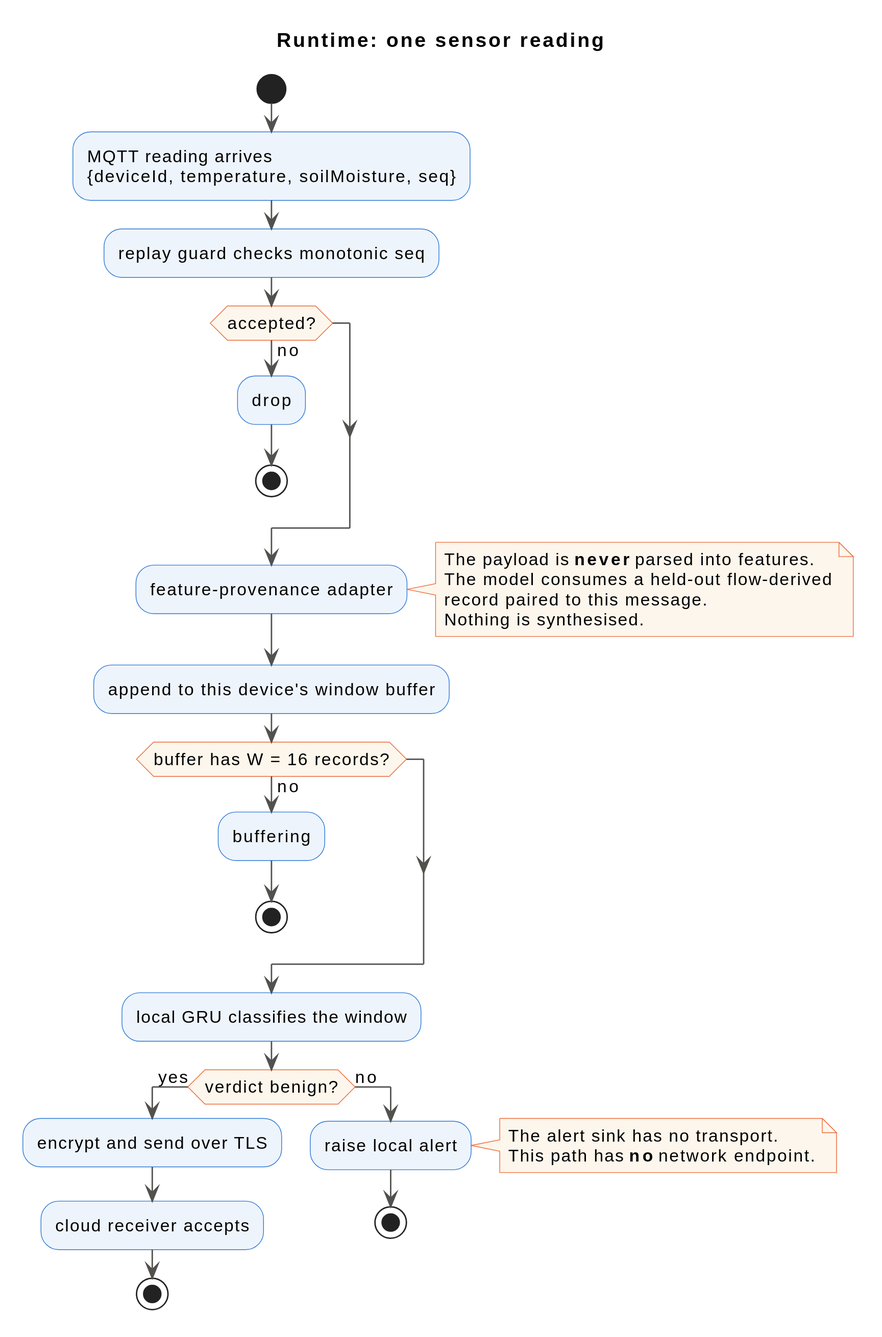
Above: paper/diagrams/03_verdict_routing.svg in AryanAgarwal1251/ascon_smart_agri (PlantUML), before the change.
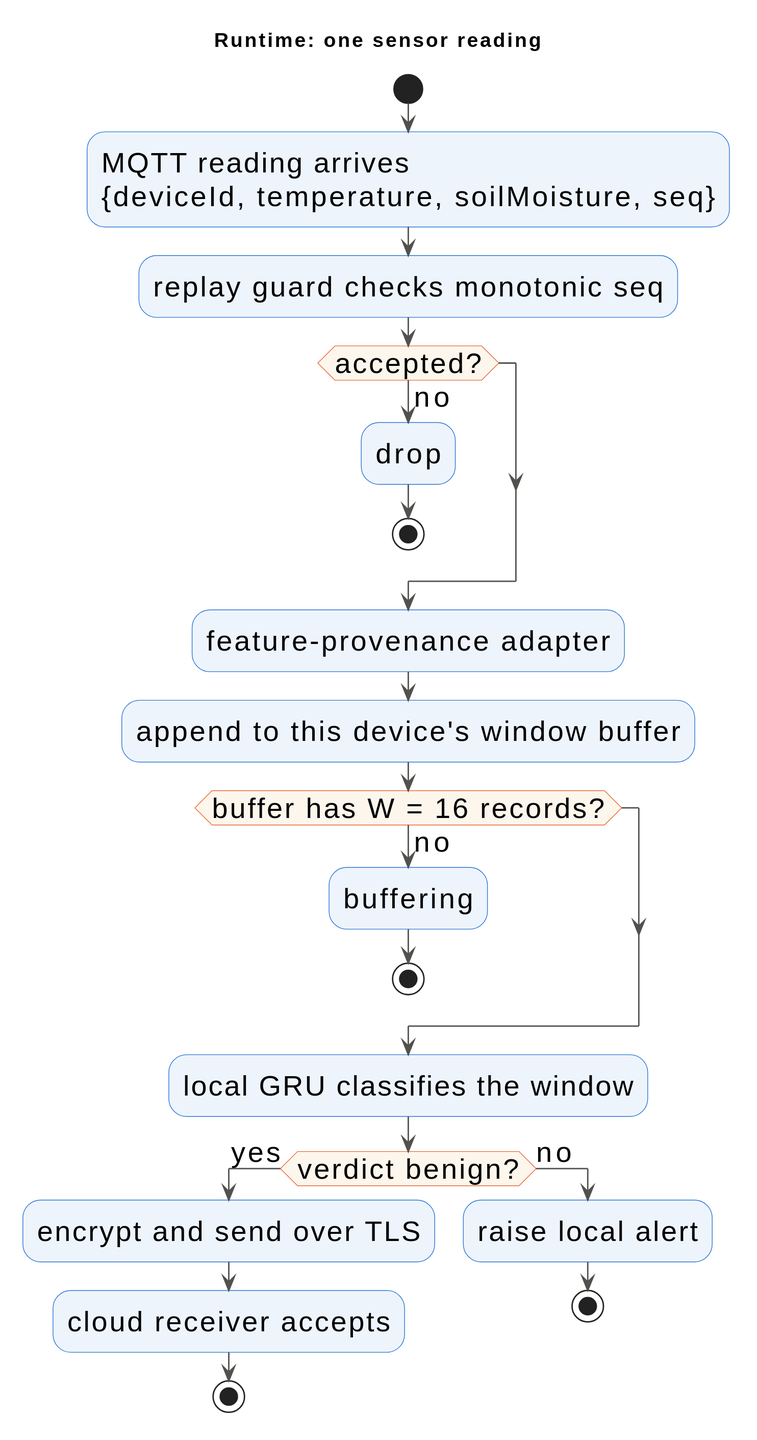
The same diagram one commit later.

What changed in the source:
```diff
@@ -1,7 +1,7 @@
 @startuml
 scale 2
 skinparam defaultFontName Helvetica
-skinparam defaultFontSize 12
+skinparam defaultFontSize 20
 skinparam shadowing false
 skinparam ArrowColor #52514e
 skinparam ActivityBackgroundColor #eef4fc
@@ -22,12 +22,6 @@
 endif
 
 :feature-provenance adapter;
-note right
-  The payload is <b>never</b> parsed into features.
-  The model consumes a held-out flow-derived
-  record paired to this message.
-  Nothing is synthesised.
-end note
 
 :append to this device's window buffer;
 if (buffer has W = 16 records?) then (no)
@@ -43,10 +37,6 @@
   stop
 else (no)
   :raise local alert;
-  note right
-    The alert sink has no transport.
-    This path has <b>no</b> network endpoint.
-  end note
   stop
 endif
 @enduml
```
